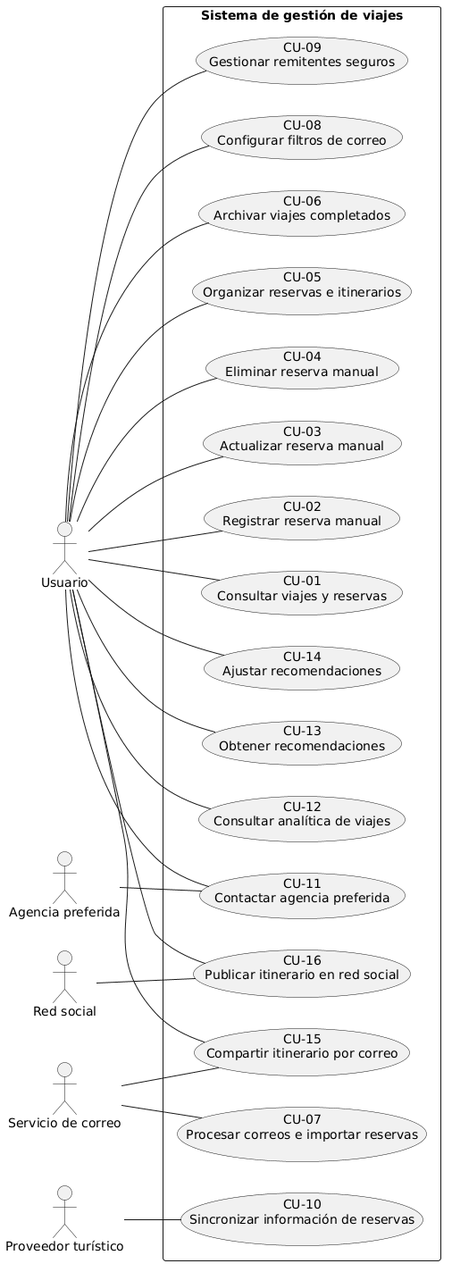
Above: docs/Análisis del dominio/Diagrama Casos de Uso.png in neouuuu/TPE-Ingenier-a-de-Software (PlantUML), before the change. The source it was exported from:
```plantuml
@startuml
left to right direction

actor Usuario
actor "Servicio de correo" as Mail
actor "Proveedor turístico" as Provider
actor "Agencia preferida" as Agency
actor "Red social" as Social

rectangle "Sistema de gestión de viajes" {
  usecase "CU-01\nConsultar viajes y reservas" as CU01
  usecase "CU-02\nRegistrar reserva manual" as CU02
  usecase "CU-03\nActualizar reserva manual" as CU03
  usecase "CU-04\nEliminar reserva manual" as CU04
  usecase "CU-05\nOrganizar reservas e itinerarios" as CU05
  usecase "CU-06\nArchivar viajes completados" as CU06
  usecase "CU-07\nProcesar correos e importar reservas" as CU07
  usecase "CU-08\nConfigurar filtros de correo" as CU08
  usecase "CU-09\nGestionar remitentes seguros" as CU09
  usecase "CU-10\nSincronizar información de reservas" as CU10
  usecase "CU-11\nContactar agencia preferida" as CU11
  usecase "CU-12\nConsultar analítica de viajes" as CU12
  usecase "CU-13\nObtener recomendaciones" as CU13
  usecase "CU-14\nAjustar recomendaciones" as CU14
  usecase "CU-15\nCompartir itinerario por correo" as CU15
  usecase "CU-16\nPublicar itinerario en red social" as CU16
}

Usuario -- CU01
Usuario -- CU02
Usuario -- CU03
Usuario -- CU04
Usuario -- CU05
Usuario -- CU06
Usuario -- CU08
Usuario -- CU09
Usuario -- CU11
Usuario -- CU12
Usuario -- CU13
Usuario -- CU14
Usuario -- CU15
Usuario -- CU16

Mail -- CU07
Provider -- CU10
Agency -- CU11
Mail -- CU15
Social -- CU16
@enduml
```
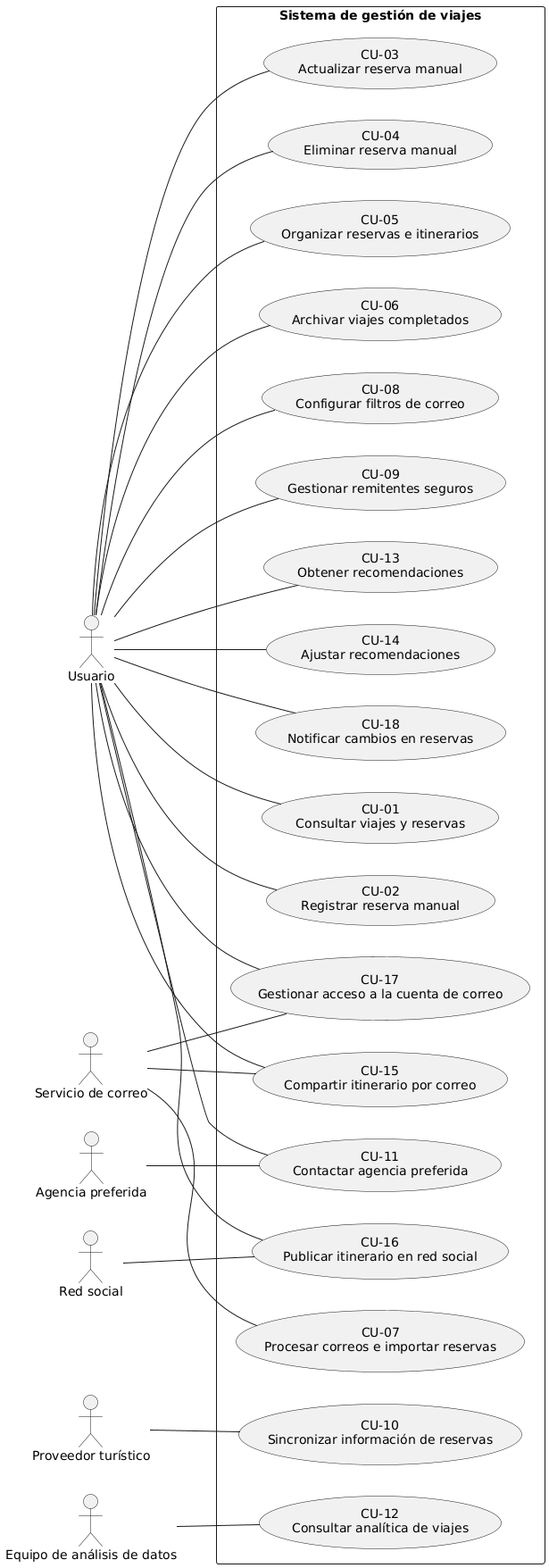
The same file after the commit.

The edit, as a diff of the source:
```diff
@@ -6,6 +6,7 @@
 actor "Proveedor turístico" as Provider
 actor "Agencia preferida" as Agency
 actor "Red social" as Social
+actor "Equipo de análisis de datos" as Analytics
 
 rectangle "Sistema de gestión de viajes" {
   usecase "CU-01\nConsultar viajes y reservas" as CU01
@@ -24,6 +25,8 @@
   usecase "CU-14\nAjustar recomendaciones" as CU14
   usecase "CU-15\nCompartir itinerario por correo" as CU15
   usecase "CU-16\nPublicar itinerario en red social" as CU16
+  usecase "CU-17\nGestionar acceso a la cuenta de correo" as CU17
+  usecase "CU-18\nNotificar cambios en reservas" as CU18
 }
 
 Usuario -- CU01
@@ -35,15 +38,19 @@
 Usuario -- CU08
 Usuario -- CU09
 Usuario -- CU11
-Usuario -- CU12
 Usuario -- CU13
 Usuario -- CU14
 Usuario -- CU15
 Usuario -- CU16
+Usuario -- CU17
+CU18 -- Usuario
 
 Mail -- CU07
 Provider -- CU10
 Agency -- CU11
 Mail -- CU15
+Mail -- CU17
+Analytics -- CU12
 Social -- CU16
+
 @enduml
```
